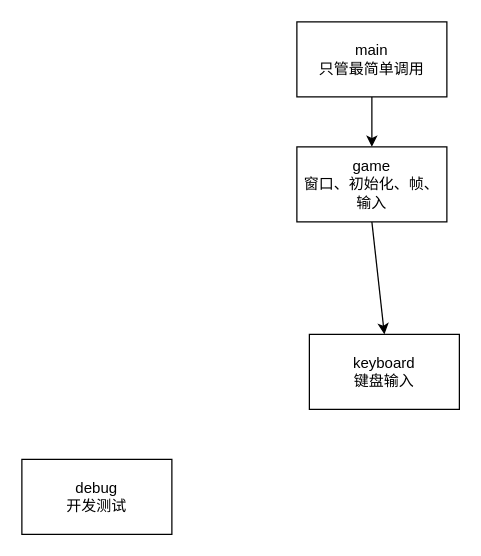
Earlier version of the draw.io diagram architecture.drawio (HFBYM/breakout_redux). Source tidied: cells renumbered, new cells numbered last; positions are measured from the earlier drawing's top-left corner, leaving out a move shared by most shapes. Both pictures are drawn from the tidied source at 125%, with x=0, y=0 at pixel (21, 21).
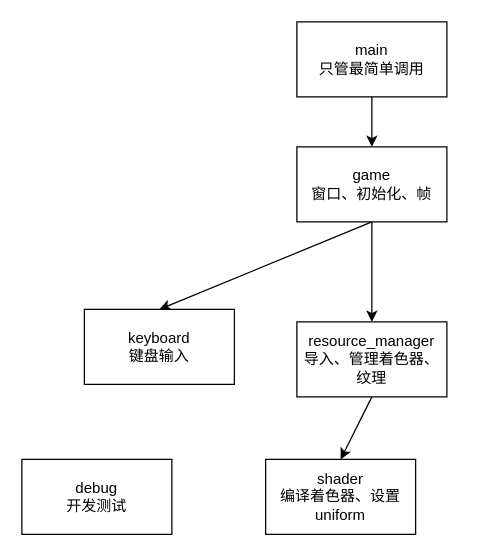
After the change.

Diff of the diagram source:
```diff
@@
 <mxGraphModel>
   <root>
     <mxCell id="0" />
     <mxCell id="1" parent="0" />
     <mxCell id="2" style="edgeStyle=none;html=1;" parent="1" edge="1" source="3" target="5">
       <mxGeometry relative="1" as="geometry" />
     </mxCell>
     <mxCell id="3" value="main&lt;br&gt;只管最简单调用" style="rounded=0;whiteSpace=wrap;html=1;" parent="1" vertex="1">
       <mxGeometry x="220" width="120" height="60" as="geometry" />
     </mxCell>
     <mxCell id="4" style="edgeStyle=none;html=1;exitX=0.5;exitY=1;exitDx=0;exitDy=0;entryX=0.5;entryY=0;entryDx=0;entryDy=0;" parent="1" edge="1" source="5" target="7">
       <mxGeometry relative="1" as="geometry" />
     </mxCell>
+    <mxCell id="8" style="edgeStyle=none;html=1;" parent="1" edge="1" source="5" target="10">
+      <mxGeometry relative="1" as="geometry" />
+    </mxCell>
-    <mxCell id="5" value="game&lt;br&gt;窗口、初始化、帧、输入" style="rounded=0;whiteSpace=wrap;html=1;" parent="1" vertex="1">
+    <mxCell id="5" value="game&lt;br&gt;窗口、初始化、帧" style="rounded=0;whiteSpace=wrap;html=1;" parent="1" vertex="1">
       <mxGeometry x="220" y="100" width="120" height="60" as="geometry" />
     </mxCell>
     <mxCell id="6" value="debug&lt;br&gt;开发测试" style="rounded=0;whiteSpace=wrap;html=1;" parent="1" vertex="1">
       <mxGeometry y="350" width="120" height="60" as="geometry" />
     </mxCell>
     <mxCell id="7" value="keyboard&lt;br&gt;键盘输入" style="rounded=0;whiteSpace=wrap;html=1;" parent="1" vertex="1">
-      <mxGeometry x="230" y="250" width="120" height="60" as="geometry" />
+      <mxGeometry x="50" y="230" width="120" height="60" as="geometry" />
     </mxCell>
+    <mxCell id="9" style="edgeStyle=none;html=1;exitX=0.5;exitY=1;exitDx=0;exitDy=0;entryX=0.5;entryY=0;entryDx=0;entryDy=0;" parent="1" edge="1" source="10" target="11">
+      <mxGeometry relative="1" as="geometry" />
+    </mxCell>
+    <mxCell id="10" value="resource_manager&lt;br&gt;导入、管理着色器、纹理" style="rounded=0;whiteSpace=wrap;html=1;" parent="1" vertex="1">
+      <mxGeometry x="220" y="240" width="120" height="60" as="geometry" />
+    </mxCell>
+    <mxCell id="11" value="shader&lt;br&gt;编译着色器、设置uniform" style="rounded=0;whiteSpace=wrap;html=1;" parent="1" vertex="1">
+      <mxGeometry x="195" y="350" width="120" height="60" as="geometry" />
+    </mxCell>
   </root>
 </mxGraphModel>
```
